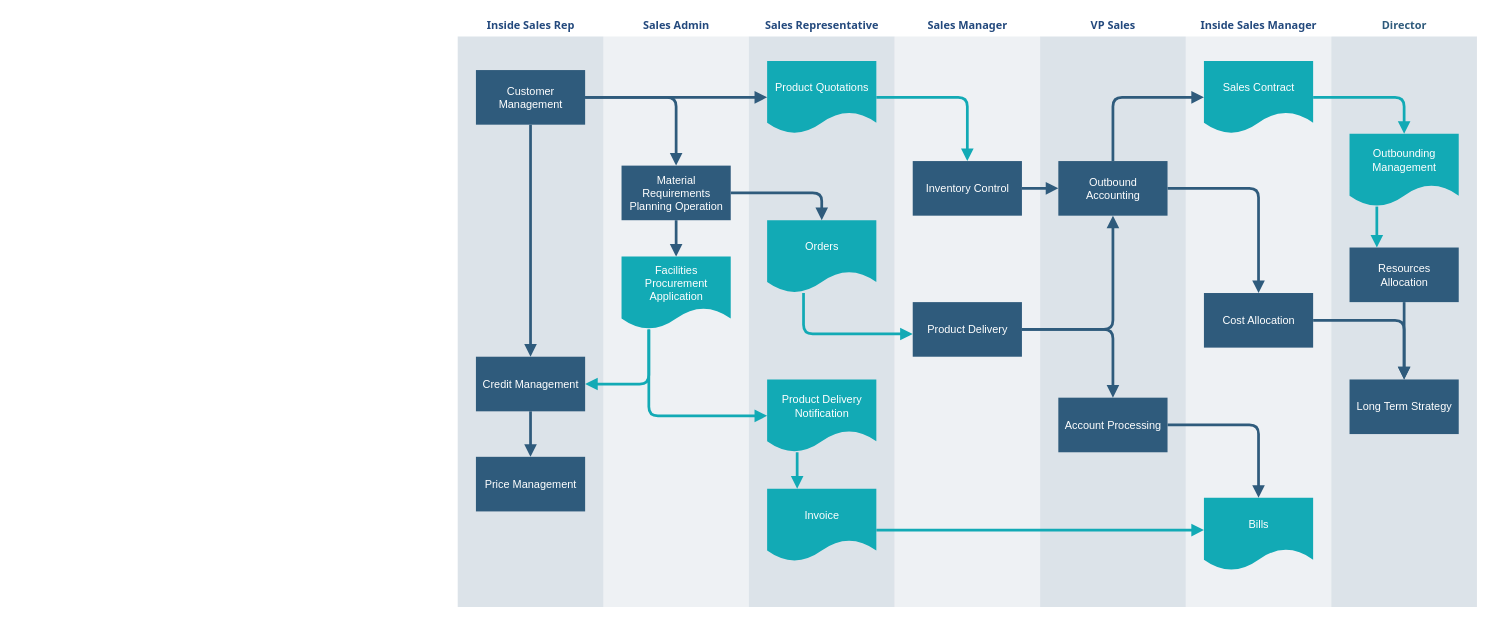
Earlier version of the draw.io diagram resources/Untitled Diagram.drawio (WebOfTrust/WOT-terms). Source tidied: cells renumbered, new cells numbered last; positions are measured from the earlier drawing's top-left corner, leaving out a move shared by most shapes. Both pictures are drawn from the tidied source at 91%, with x=0, y=0 at pixel (457, 15).
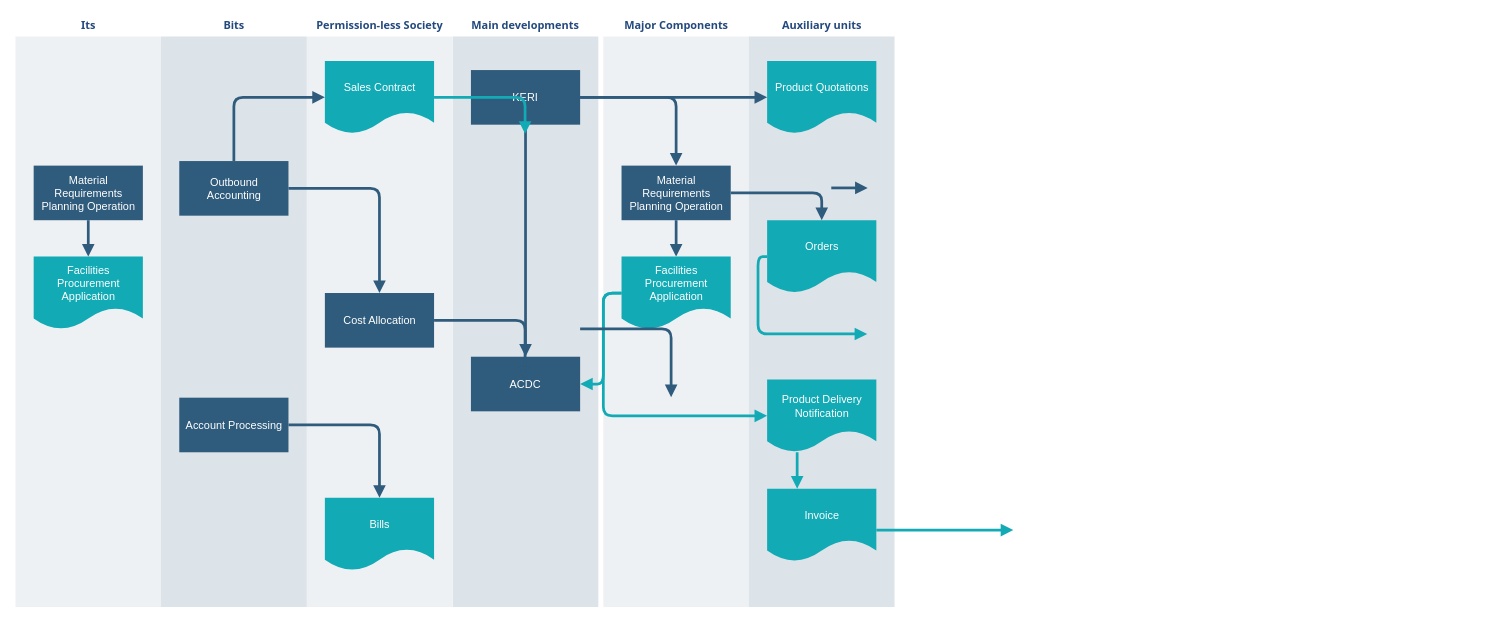
The same page after the edit.

Commit message:
Initial layout draft

The change refers to these unchanged cells:
```xml
<mxCell id="16" value="Material Requirements Planning Operation" style="whiteSpace=wrap;shadow=0;fontColor=#FFFFFF;fontFamily=Helvetica;fontStyle=0;html=1;fontSize=12;plain-purple;strokeColor=none;fillColor=#2f5b7c;gradientColor=none;spacing=6;verticalAlign=middle;" parent="15" vertex="1">
  <mxGeometry x="20" y="165" width="120" height="60" as="geometry" />
</mxCell>
<mxCell id="17" value="&lt;font color=&quot;#ffffff&quot;&gt;Facilities Procurement&lt;br&gt;Application&lt;/font&gt;&lt;br&gt; " style="shape=document;whiteSpace=wrap;verticalAlign=middle;strokeColor=none;fillColor=#12aab5;shadow=0;fontColor=#FFFFFF;fontFamily=Helvetica;fontStyle=0;html=1;fontSize=12;spacing=6;spacingBottom=22;" parent="15" vertex="1">
  <mxGeometry x="20" y="265" width="120" height="80" as="geometry" />
</mxCell>
<mxCell id="20" value="Product Quotations" style="shape=document;whiteSpace=wrap;verticalAlign=middle;strokeColor=none;fillColor=#12aab5;shadow=0;fontColor=#FFFFFF;fontFamily=Helvetica;fontStyle=0;html=1;fontSize=12;spacing=6;spacingBottom=22;" parent="19" vertex="1">
  <mxGeometry x="20" y="50" width="120" height="80" as="geometry" />
</mxCell>
<mxCell id="21" value="Orders" style="shape=document;whiteSpace=wrap;verticalAlign=middle;strokeColor=none;fillColor=#12aab5;shadow=0;fontColor=#FFFFFF;fontFamily=Helvetica;fontStyle=0;html=1;fontSize=12;spacing=6;spacingBottom=22;" parent="19" vertex="1">
  <mxGeometry x="20" y="225" width="120" height="80" as="geometry" />
</mxCell>
<mxCell id="22" value="Product Delivery Notification" style="shape=document;whiteSpace=wrap;strokeColor=none;fillColor=#12aab5;shadow=0;fontColor=#FFFFFF;fontFamily=Helvetica;fontStyle=0;html=1;fontSize=12;verticalAlign=middle;spacing=6;spacingBottom=22;" parent="19" vertex="1">
  <mxGeometry x="20" y="400" width="120" height="80" as="geometry" />
</mxCell>
<mxCell id="23" value="Invoice" style="shape=document;whiteSpace=wrap;verticalAlign=middle;strokeColor=none;fillColor=#12aab5;shadow=0;fontColor=#FFFFFF;fontFamily=Helvetica;fontStyle=0;html=1;fontSize=12;spacing=6;spacingBottom=22;" parent="19" vertex="1">
  <mxGeometry x="20" y="520" width="120" height="80" as="geometry" />
</mxCell>
```

Diff of the diagram source:
```diff
@@
-    <mxCell id="2" value="&lt;font color=&quot;#23497d&quot;&gt;Inside Sales Rep&lt;/font&gt;" style="swimlane;whiteSpace=wrap;fillColor=none;swimlaneFillColor=#BAC8D3;fontColor=#2F5B7C;fontFamily=Tahoma;html=1;strokeColor=none;opacity=50;" parent="1" vertex="1">
-      <mxGeometry x="0.5" y="0.5" width="160" height="650" as="geometry" />
+    <mxCell id="2" value="&lt;font color=&quot;#23497d&quot;&gt;Main developments&lt;/font&gt;" style="swimlane;whiteSpace=wrap;fillColor=none;swimlaneFillColor=#BAC8D3;fontColor=#2F5B7C;fontFamily=Tahoma;html=1;strokeColor=none;opacity=50;" parent="1" vertex="1">
+      <mxGeometry x="-5" y="0.5" width="160" height="650" as="geometry" />
     </mxCell>
-    <mxCell id="3" value="Customer Management" style="whiteSpace=wrap;shadow=0;fontColor=#FFFFFF;fontFamily=Helvetica;fontStyle=0;html=1;fontSize=12;plain-purple;strokeColor=none;fillColor=#2f5b7c;gradientColor=none;spacing=6;verticalAlign=middle;" parent="2" vertex="1">
+    <mxCell id="3" value="KERI" style="whiteSpace=wrap;shadow=0;fontColor=#FFFFFF;fontFamily=Helvetica;fontStyle=0;html=1;fontSize=12;plain-purple;strokeColor=none;fillColor=#2f5b7c;gradientColor=none;spacing=6;verticalAlign=middle;" parent="2" vertex="1">
       <mxGeometry x="20" y="60" width="120" height="60" as="geometry" />
     </mxCell>
-    <mxCell id="4" value="Credit Management" style="whiteSpace=wrap;strokeColor=none;fillColor=#2f5b7c;shadow=0;fontColor=#FFFFFF;fontFamily=Helvetica;fontStyle=0;html=1;fontSize=12;spacing=6;verticalAlign=middle;" parent="2" vertex="1">
+    <mxCell id="4" value="ACDC" style="whiteSpace=wrap;strokeColor=none;fillColor=#2f5b7c;shadow=0;fontColor=#FFFFFF;fontFamily=Helvetica;fontStyle=0;html=1;fontSize=12;spacing=6;verticalAlign=middle;" parent="2" vertex="1">
       <mxGeometry x="20" y="375" width="120" height="60" as="geometry" />
     </mxCell>
-    <mxCell id="5" value="Price Management" style="whiteSpace=wrap;strokeColor=none;fillColor=#2f5b7c;shadow=0;fontColor=#FFFFFF;fontFamily=Helvetica;fontStyle=0;html=1;fontSize=12;spacing=6;verticalAlign=middle;" parent="2" vertex="1">
-      <mxGeometry x="20" y="485" width="120" height="60" as="geometry" />
-    </mxCell>
-    <mxCell id="6" style="edgeStyle=segmentEdgeStyle;strokeColor=#2F5B7C;strokeWidth=3;html=1;endArrow=block;endFill=1;" parent="2" edge="1" source="4" target="5">
-      <mxGeometry relative="1" as="geometry" />
-    </mxCell>
@@
-    <mxCell id="8" value="&lt;font color=&quot;#23497d&quot;&gt;Inside Sales Manager&lt;/font&gt;" style="swimlane;whiteSpace=wrap;fillColor=none;swimlaneFillColor=#BAC8D3;fontColor=#2F5B7C;fontFamily=Tahoma;html=1;strokeColor=none;opacity=25;" parent="1" vertex="1">
-      <mxGeometry x="800.5" y="0.5" width="160" height="650" as="geometry" />
-    </mxCell>
-    <mxCell id="9" value="Sales Contract" style="shape=document;whiteSpace=wrap;verticalAlign=middle;strokeColor=none;fillColor=#12aab5;shadow=0;fontColor=#FFFFFF;fontFamily=Helvetica;fontStyle=0;html=1;fontSize=12;spacing=6;spacingBottom=22;" parent="8" vertex="1">
-      <mxGeometry x="20" y="50" width="120" height="80" as="geometry" />
-    </mxCell>
-    <mxCell id="10" value="Bills" style="shape=document;whiteSpace=wrap;verticalAlign=middle;strokeColor=none;fillColor=#12aab5;shadow=0;fontColor=#FFFFFF;fontFamily=Helvetica;fontStyle=0;html=1;fontSize=12;spacing=6;spacingBottom=22;" parent="8" vertex="1">
-      <mxGeometry x="20" y="530" width="120" height="80" as="geometry" />
-    </mxCell>
-    <mxCell id="11" value="Cost Allocation" style="whiteSpace=wrap;strokeColor=none;fillColor=#2f5b7c;shadow=0;fontColor=#FFFFFF;fontFamily=Helvetica;fontStyle=0;html=1;fontSize=12;spacing=6;verticalAlign=middle;" parent="8" vertex="1">
-      <mxGeometry x="20" y="305" width="120" height="60" as="geometry" />
-    </mxCell>
-    <mxCell id="12" value="&lt;font color=&quot;#23497d&quot;&gt;VP Sales&lt;/font&gt;" style="swimlane;whiteSpace=wrap;fillColor=none;swimlaneFillColor=#BAC8D3;fontColor=#2F5B7C;fontFamily=Tahoma;html=1;strokeColor=none;opacity=50;" parent="1" vertex="1">
-      <mxGeometry x="640.5" y="0.5" width="160" height="650" as="geometry" />
-    </mxCell>
-    <mxCell id="13" value="Outbound Accounting" style="whiteSpace=wrap;fillColor=#2f5b7c;strokeColor=none;shadow=0;fontColor=#FFFFFF;fontFamily=Helvetica;fontStyle=0;html=1;fontSize=12;spacing=6;verticalAlign=middle;" parent="12" vertex="1">
-      <mxGeometry x="20" y="160" width="120" height="60" as="geometry" />
-    </mxCell>
-    <mxCell id="14" value="Account Processing" style="whiteSpace=wrap;strokeColor=none;fillColor=#2f5b7c;shadow=0;fontColor=#FFFFFF;fontFamily=Helvetica;fontStyle=0;html=1;fontSize=12;spacing=6;verticalAlign=middle;" parent="12" vertex="1">
-      <mxGeometry x="20" y="420" width="120" height="60" as="geometry" />
-    </mxCell>
-    <mxCell id="15" value="&lt;font color=&quot;#23497d&quot;&gt;Sales Admin&lt;/font&gt;" style="swimlane;whiteSpace=wrap;fillColor=none;swimlaneFillColor=#BAC8D3;fontColor=#2F5B7C;fontFamily=Tahoma;html=1;strokeColor=none;opacity=25;" parent="1" vertex="1">
+    <mxCell id="15" value="&lt;font color=&quot;#23497d&quot;&gt;Major Components&lt;/font&gt;" style="swimlane;whiteSpace=wrap;fillColor=none;swimlaneFillColor=#BAC8D3;fontColor=#2F5B7C;fontFamily=Tahoma;html=1;strokeColor=none;opacity=25;" parent="1" vertex="1">
       <mxGeometry x="160.5" y="0.5" width="160" height="650" as="geometry" />
     </mxCell>
@@
-    <mxCell id="19" value="&lt;font color=&quot;#23497d&quot;&gt;Sales Representative&lt;/font&gt;" style="swimlane;whiteSpace=wrap;fillColor=none;swimlaneFillColor=#BAC8D3;fontColor=#2F5B7C;fontFamily=Tahoma;html=1;strokeColor=none;opacity=50;" parent="1" vertex="1">
+    <mxCell id="19" value="&lt;font color=&quot;#23497d&quot;&gt;Auxiliary units&lt;/font&gt;" style="swimlane;whiteSpace=wrap;fillColor=none;swimlaneFillColor=#BAC8D3;fontColor=#2F5B7C;fontFamily=Tahoma;html=1;strokeColor=none;opacity=50;" parent="1" vertex="1">
       <mxGeometry x="320.5" y="0.5" width="160" height="650" as="geometry" />
     </mxCell>
@@
-    <mxCell id="25" value="&lt;font color=&quot;#23497d&quot;&gt;Sales Manager&lt;/font&gt;" style="swimlane;whiteSpace=wrap;fillColor=none;swimlaneFillColor=#BAC8D3;fontColor=#2F5B7C;fontFamily=Tahoma;html=1;strokeColor=none;opacity=25;" parent="1" vertex="1">
-      <mxGeometry x="480.5" y="0.5" width="160" height="650" as="geometry" />
-    </mxCell>
-    <mxCell id="26" value="Inventory Control" style="whiteSpace=wrap;strokeColor=none;fillColor=#2f5b7c;shadow=0;fontColor=#FFFFFF;fontFamily=Helvetica;fontStyle=0;html=1;fontSize=12;spacing=6;verticalAlign=middle;" parent="25" vertex="1">
-      <mxGeometry x="20" y="160" width="120" height="60" as="geometry" />
-    </mxCell>
-    <mxCell id="27" value="Product Delivery" style="whiteSpace=wrap;strokeColor=none;fillColor=#2f5b7c;shadow=0;fontColor=#FFFFFF;fontFamily=Helvetica;fontStyle=0;html=1;fontSize=12;spacing=6;verticalAlign=middle;" parent="25" vertex="1">
-      <mxGeometry x="20" y="315" width="120" height="60" as="geometry" />
-    </mxCell>
-    <mxCell id="28" value="Director" style="swimlane;whiteSpace=wrap;fillColor=none;swimlaneFillColor=#BAC8D3;fontColor=#2F5B7C;fontFamily=Tahoma;html=1;strokeColor=none;opacity=50;" parent="1" vertex="1">
-      <mxGeometry x="960.5" y="0.5" width="160" height="650" as="geometry" />
-    </mxCell>
-    <mxCell id="29" value="Outbounding Management" style="shape=document;whiteSpace=wrap;verticalAlign=middle;strokeColor=none;fillColor=#12aab5;shadow=0;fontColor=#FFFFFF;fontFamily=Helvetica;fontStyle=0;html=1;fontSize=12;spacing=6;spacingBottom=22;" parent="28" vertex="1">
-      <mxGeometry x="20" y="130" width="120" height="80" as="geometry" />
-    </mxCell>
-    <mxCell id="30" value="Resources Allocation" style="whiteSpace=wrap;strokeColor=none;fillColor=#2f5b7c;shadow=0;fontColor=#FFFFFF;fontFamily=Helvetica;fontStyle=0;html=1;fontSize=12;spacing=6;verticalAlign=middle;" parent="28" vertex="1">
-      <mxGeometry x="20" y="255" width="120" height="60" as="geometry" />
-    </mxCell>
-    <mxCell id="31" value="Long Term Strategy" style="whiteSpace=wrap;strokeColor=none;fillColor=#2f5b7c;shadow=0;fontColor=#FFFFFF;fontFamily=Helvetica;fontStyle=0;html=1;fontSize=12;spacing=6;verticalAlign=middle;" parent="28" vertex="1">
-      <mxGeometry x="20" y="400" width="120" height="60" as="geometry" />
-    </mxCell>
-    <mxCell id="32" style="edgeStyle=segmentEdgeStyle;strokeColor=#2F5B7C;strokeWidth=3;html=1;endArrow=block;endFill=1;" parent="28" edge="1" source="30" target="31">
-      <mxGeometry relative="1" as="geometry" />
-    </mxCell>
-    <mxCell id="33" style="edgeStyle=segmentEdgeStyle;entryX=0.25;entryY=0;strokeColor=#12AAB5;strokeWidth=3;html=1;endArrow=block;endFill=1;" parent="28" edge="1" source="29" target="30">
-      <mxGeometry relative="1" as="geometry" />
-    </mxCell>
     <mxCell id="34" style="edgeStyle=segmentEdgeStyle;strokeColor=#2F5B7C;strokeWidth=3;html=1;endArrow=block;endFill=1;" parent="1" edge="1" source="3" target="16">
-      <mxGeometry x="164.5" y="178.5" as="geometry" />
+      <mxGeometry x="600" y="179" as="geometry" />
     </mxCell>
     <mxCell id="35" style="edgeStyle=segmentEdgeStyle;strokeColor=#12AAB5;strokeWidth=3;html=1;endArrow=block;endFill=1;" parent="1" edge="1" source="17" target="4">
-      <mxGeometry x="164.5" y="433.5" as="geometry">
+      <mxGeometry x="600" y="434" as="geometry">
         <Array as="points">
-          <mxPoint x="210.5" y="405.5" />
+          <mxPoint x="160.5" y="405.5" />
         </Array>
       </mxGeometry>
     </mxCell>
     <mxCell id="36" style="edgeStyle=segmentEdgeStyle;strokeColor=#2F5B7C;strokeWidth=3;html=1;endArrow=block;endFill=1;" parent="1" edge="1" source="3" target="20">
-      <mxGeometry x="164.5" y="178.5" as="geometry" />
+      <mxGeometry x="600" y="179" as="geometry" />
     </mxCell>
     <mxCell id="37" style="edgeStyle=segmentEdgeStyle;strokeColor=#12AAB5;strokeWidth=3;html=1;endArrow=block;endFill=1;" parent="1" edge="1" source="17" target="22">
-      <mxGeometry x="234.5" y="433.5" as="geometry">
+      <mxGeometry x="670" y="434" as="geometry">
         <Array as="points">
-          <mxPoint x="210.5" y="440.5" />
+          <mxPoint x="160.5" y="440.5" />
         </Array>
       </mxGeometry>
     </mxCell>
-    <mxCell id="38" style="edgeStyle=elbowEdgeStyle;elbow=vertical;strokeColor=#12AAB5;strokeWidth=3;html=1;endArrow=block;endFill=1;" parent="1" edge="1" source="23" target="10">
-      <mxGeometry x="484.5" y="623.5" as="geometry" />
+    <mxCell id="38" style="edgeStyle=elbowEdgeStyle;elbow=vertical;strokeColor=#12AAB5;strokeWidth=3;html=1;endArrow=block;endFill=1;" parent="1" edge="1" source="23">
+      <mxGeometry x="760.5" y="623.5" as="geometry">
+        <mxPoint x="611" y="565.5" as="targetPoint" />
+      </mxGeometry>
     </mxCell>
     <mxCell id="39" style="edgeStyle=segmentEdgeStyle;strokeColor=#2F5B7C;strokeWidth=3;html=1;endArrow=block;endFill=1;" parent="1" edge="1" source="16" target="21">
-      <mxGeometry x="324.5" y="283.5" as="geometry" />
+      <mxGeometry x="760" y="284" as="geometry" />
     </mxCell>
-    <mxCell id="40" style="edgeStyle=segmentEdgeStyle;strokeColor=#12AAB5;strokeWidth=3;html=1;endArrow=block;endFill=1;" parent="1" edge="1" source="20" target="26">
-      <mxGeometry x="484.5" y="178.5" as="geometry" />
-    </mxCell>
-    <mxCell id="41" style="edgeStyle=none;strokeColor=#2F5B7C;strokeWidth=3;html=1;endArrow=block;endFill=1;" parent="1" edge="1" source="26" target="13">
-      <mxGeometry x="644.5" y="278.5" as="geometry" />
+    <mxCell id="41" style="edgeStyle=none;strokeColor=#2F5B7C;strokeWidth=3;html=1;endArrow=block;endFill=1;" parent="1" edge="1">
+      <mxGeometry x="920.5" y="278.5" as="geometry">
+        <mxPoint x="411" y="190" as="sourcePoint" />
+        <mxPoint x="451" y="190" as="targetPoint" />
+      </mxGeometry>
     </mxCell>
-    <mxCell id="42" style="edgeStyle=segmentEdgeStyle;strokeColor=#12AAB5;strokeWidth=3;html=1;endArrow=block;endFill=1;" parent="1" edge="1" source="21" target="27">
-      <mxGeometry x="404.5" y="393.5" as="geometry">
+    <mxCell id="42" style="edgeStyle=segmentEdgeStyle;strokeColor=#12AAB5;strokeWidth=3;html=1;endArrow=block;endFill=1;" parent="1" edge="1" source="21">
+      <mxGeometry x="840" y="394" as="geometry">
+        <mxPoint x="450.5" y="350.5" as="targetPoint" />
         <Array as="points">
-          <mxPoint x="380.5" y="350.5" />
+          <mxPoint x="330.5" y="350.5" />
         </Array>
       </mxGeometry>
     </mxCell>
-    <mxCell id="43" style="edgeStyle=segmentEdgeStyle;strokeColor=#2F5B7C;strokeWidth=3;html=1;endArrow=block;endFill=1;" parent="1" edge="1" source="27" target="13">
-      <mxGeometry x="644.5" y="308.5" as="geometry" />
-    </mxCell>
-    <mxCell id="44" style="edgeStyle=segmentEdgeStyle;strokeColor=#2F5B7C;strokeWidth=3;html=1;endArrow=block;endFill=1;" parent="1" edge="1" source="27" target="14">
-      <mxGeometry x="644.5" y="433.5" as="geometry" />
+    <mxCell id="44" style="edgeStyle=segmentEdgeStyle;strokeColor=#2F5B7C;strokeWidth=3;html=1;endArrow=block;endFill=1;" parent="1" edge="1">
+      <mxGeometry x="644.5" y="433.5" as="geometry">
+        <mxPoint x="135" y="345" as="sourcePoint" />
+        <mxPoint x="235" y="420" as="targetPoint" />
+      </mxGeometry>
     </mxCell>
+    <mxCell id="50" value="&lt;font color=&quot;#23497d&quot;&gt;Its&lt;/font&gt;" style="swimlane;whiteSpace=wrap;fillColor=none;swimlaneFillColor=#BAC8D3;fontColor=#2F5B7C;fontFamily=Tahoma;html=1;strokeColor=none;opacity=25;" parent="1" vertex="1">
+      <mxGeometry x="-485.5" y="0.5" width="160" height="650" as="geometry" />
+    </mxCell>
+    <mxCell id="51" value="Material Requirements Planning Operation" style="whiteSpace=wrap;shadow=0;fontColor=#FFFFFF;fontFamily=Helvetica;fontStyle=0;html=1;fontSize=12;plain-purple;strokeColor=none;fillColor=#2f5b7c;gradientColor=none;spacing=6;verticalAlign=middle;" parent="50" vertex="1">
+      <mxGeometry x="20" y="165" width="120" height="60" as="geometry" />
+    </mxCell>
+    <mxCell id="52" value="&lt;font color=&quot;#ffffff&quot;&gt;Facilities Procurement&lt;br&gt;Application&lt;/font&gt;&lt;br&gt; " style="shape=document;whiteSpace=wrap;verticalAlign=middle;strokeColor=none;fillColor=#12aab5;shadow=0;fontColor=#FFFFFF;fontFamily=Helvetica;fontStyle=0;html=1;fontSize=12;spacing=6;spacingBottom=22;" parent="50" vertex="1">
+      <mxGeometry x="20" y="265" width="120" height="80" as="geometry" />
+    </mxCell>
+    <mxCell id="53" style="edgeStyle=segmentEdgeStyle;strokeColor=#2F5B7C;strokeWidth=3;html=1;endArrow=block;endFill=1;" parent="50" edge="1" source="51" target="52">
+      <mxGeometry relative="1" as="geometry" />
+    </mxCell>
+    <mxCell id="54" value="&lt;font color=&quot;#23497d&quot;&gt;Permission-less Society&lt;/font&gt;" style="swimlane;whiteSpace=wrap;fillColor=none;swimlaneFillColor=#BAC8D3;fontColor=#2F5B7C;fontFamily=Tahoma;html=1;strokeColor=none;opacity=25;" parent="1" vertex="1">
+      <mxGeometry x="-165.5" y="0.5" width="160" height="650" as="geometry" />
+    </mxCell>
+    <mxCell id="9" value="Sales Contract" style="shape=document;whiteSpace=wrap;verticalAlign=middle;strokeColor=none;fillColor=#12aab5;shadow=0;fontColor=#FFFFFF;fontFamily=Helvetica;fontStyle=0;html=1;fontSize=12;spacing=6;spacingBottom=22;" parent="54" vertex="1">
+      <mxGeometry x="20" y="50" width="120" height="80" as="geometry" />
+    </mxCell>
+    <mxCell id="10" value="Bills" style="shape=document;whiteSpace=wrap;verticalAlign=middle;strokeColor=none;fillColor=#12aab5;shadow=0;fontColor=#FFFFFF;fontFamily=Helvetica;fontStyle=0;html=1;fontSize=12;spacing=6;spacingBottom=22;" parent="54" vertex="1">
+      <mxGeometry x="20" y="530" width="120" height="80" as="geometry" />
+    </mxCell>
+    <mxCell id="11" value="Cost Allocation" style="whiteSpace=wrap;strokeColor=none;fillColor=#2f5b7c;shadow=0;fontColor=#FFFFFF;fontFamily=Helvetica;fontStyle=0;html=1;fontSize=12;spacing=6;verticalAlign=middle;" parent="54" vertex="1">
+      <mxGeometry x="20" y="305" width="120" height="60" as="geometry" />
+    </mxCell>
+    <mxCell id="55" value="&lt;font color=&quot;#23497d&quot;&gt;Bits&lt;/font&gt;" style="swimlane;whiteSpace=wrap;fillColor=none;swimlaneFillColor=#BAC8D3;fontColor=#2F5B7C;fontFamily=Tahoma;html=1;strokeColor=none;opacity=50;" parent="1" vertex="1">
+      <mxGeometry x="-325.5" y="0.5" width="160" height="650" as="geometry" />
+    </mxCell>
+    <mxCell id="13" value="Outbound Accounting" style="whiteSpace=wrap;fillColor=#2f5b7c;strokeColor=none;shadow=0;fontColor=#FFFFFF;fontFamily=Helvetica;fontStyle=0;html=1;fontSize=12;spacing=6;verticalAlign=middle;" parent="55" vertex="1">
+      <mxGeometry x="20" y="160" width="120" height="60" as="geometry" />
+    </mxCell>
+    <mxCell id="14" value="Account Processing" style="whiteSpace=wrap;strokeColor=none;fillColor=#2f5b7c;shadow=0;fontColor=#FFFFFF;fontFamily=Helvetica;fontStyle=0;html=1;fontSize=12;spacing=6;verticalAlign=middle;" parent="55" vertex="1">
+      <mxGeometry x="20" y="420" width="120" height="60" as="geometry" />
+    </mxCell>
     <mxCell id="45" style="edgeStyle=segmentEdgeStyle;strokeColor=#2F5B7C;strokeWidth=3;html=1;endArrow=block;endFill=1;" parent="1" edge="1" source="13" target="9">
-      <mxGeometry x="744.5" y="178.5" as="geometry">
+      <mxGeometry x="264" y="179" as="geometry">
         <Array as="points">
-          <mxPoint x="720.5" y="90.5" />
+          <mxPoint x="-245.5" y="90.5" />
         </Array>
       </mxGeometry>
     </mxCell>
     <mxCell id="46" style="edgeStyle=segmentEdgeStyle;strokeColor=#2F5B7C;strokeWidth=3;html=1;endArrow=block;endFill=1;" parent="1" edge="1" source="13" target="11">
-      <mxGeometry x="804.5" y="278.5" as="geometry" />
+      <mxGeometry x="324" y="279" as="geometry" />
     </mxCell>
     <mxCell id="47" style="edgeStyle=segmentEdgeStyle;strokeColor=#2F5B7C;strokeWidth=3;html=1;endArrow=block;endFill=1;" parent="1" edge="1" source="14" target="10">
-      <mxGeometry x="804.5" y="538.5" as="geometry" />
+      <mxGeometry x="324" y="539" as="geometry" />
     </mxCell>
-    <mxCell id="48" style="edgeStyle=segmentEdgeStyle;strokeColor=#2F5B7C;strokeWidth=3;html=1;endArrow=block;endFill=1;" parent="1" edge="1" source="11" target="31">
-      <mxGeometry x="964.5" y="423.5" as="geometry" />
-    </mxCell>
-    <mxCell id="49" style="edgeStyle=segmentEdgeStyle;strokeColor=#12AAB5;strokeWidth=3;html=1;endArrow=block;endFill=1;" parent="1" edge="1" source="9" target="29">
-      <mxGeometry x="964.5" y="178.5" as="geometry" />
-    </mxCell>
+    <mxCell id="56" style="edgeStyle=segmentEdgeStyle;strokeColor=#2F5B7C;strokeWidth=3;html=1;endArrow=block;endFill=1;" parent="1" edge="1" source="11">
+      <mxGeometry x="484" y="424" as="geometry">
+        <mxPoint x="74.5" y="400.5" as="targetPoint" />
+      </mxGeometry>
+    </mxCell>
+    <mxCell id="57" style="edgeStyle=segmentEdgeStyle;strokeColor=#12AAB5;strokeWidth=3;html=1;endArrow=block;endFill=1;" parent="1" edge="1" source="9">
+      <mxGeometry x="484" y="179" as="geometry">
+        <mxPoint x="74.5" y="130.5" as="targetPoint" />
+      </mxGeometry>
+    </mxCell>
```
